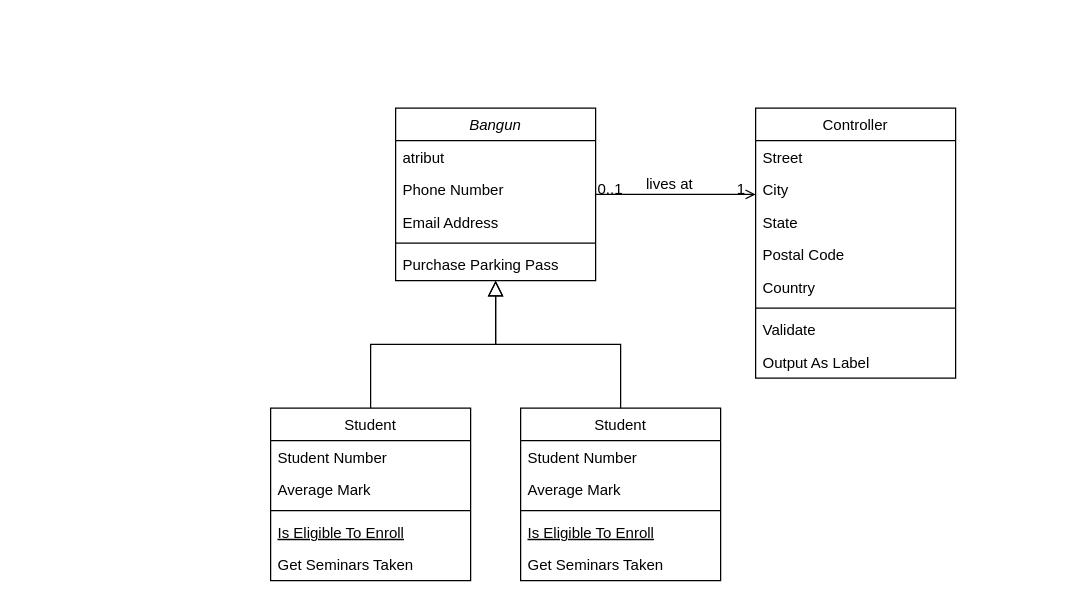
ahmrh/diagrams.net keeps this draw.io diagram as APS_tugas5.drawio. Above is the earlier version. Source tidied: cells renumbered, new cells numbered last; positions are measured from the earlier drawing's top-left corner, leaving out a move shared by most shapes. Both pictures are drawn from the tidied source at 125%, with x=0, y=0 at pixel (270, 108).
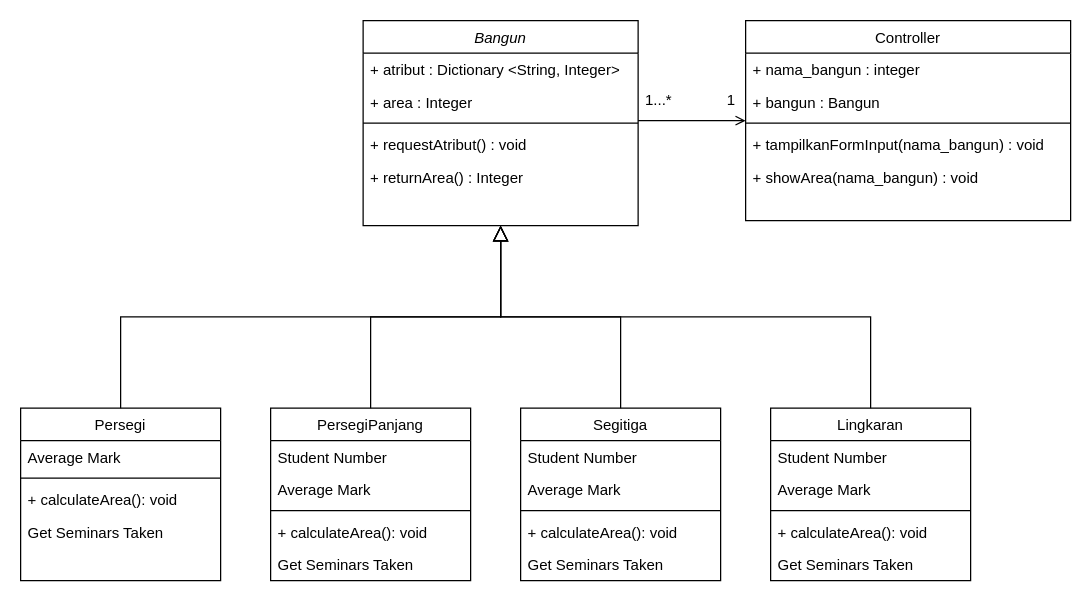
The same diagram, later.

Unchanged cells that the change refers to:
```xml
<mxCell id="24" style="endArrow=open;shadow=0;strokeWidth=1;rounded=0;endFill=1;edgeStyle=elbowEdgeStyle;elbow=vertical;" parent="1" edge="1" source="2" target="15">
  <mxGeometry x="0.5" y="41" relative="1" as="geometry">
    <mxPoint x="-40" y="32" as="offset" />
  </mxGeometry>
</mxCell>
```

The edit, as a diff of the source:
```diff
@@
-    <mxCell id="2" value="Bangun" style="swimlane;fontStyle=2;align=center;verticalAlign=top;horizontal=1;startSize=26;rounded=0;shadow=0;strokeWidth=1;" parent="1" vertex="1">
-      <mxGeometry x="100" width="160" height="138" as="geometry" />
-    </mxCell>
-    <mxCell id="3" value="atribut" style="text;align=left;verticalAlign=top;spacingLeft=4;spacingRight=4;overflow=hidden;" parent="2" vertex="1">
-      <mxGeometry y="26" width="160" height="26" as="geometry" />
-    </mxCell>
-    <mxCell id="4" value="Phone Number" style="text;align=left;verticalAlign=top;spacingLeft=4;spacingRight=4;overflow=hidden;rounded=0;shadow=0;html=0;" parent="2" vertex="1">
-      <mxGeometry y="52" width="160" height="26" as="geometry" />
-    </mxCell>
-    <mxCell id="5" value="Email Address" style="text;align=left;verticalAlign=top;spacingLeft=4;spacingRight=4;overflow=hidden;rounded=0;shadow=0;html=0;" parent="2" vertex="1">
-      <mxGeometry y="78" width="160" height="26" as="geometry" />
-    </mxCell>
-    <mxCell id="6" style="line;html=1;strokeWidth=1;align=left;verticalAlign=middle;spacingTop=-1;spacingLeft=3;spacingRight=3;labelPosition=right;" parent="2" vertex="1">
-      <mxGeometry y="104" width="160" height="8" as="geometry" />
-    </mxCell>
-    <mxCell id="7" value="Purchase Parking Pass" style="text;align=left;verticalAlign=top;spacingLeft=4;spacingRight=4;overflow=hidden;" parent="2" vertex="1">
-      <mxGeometry y="112" width="160" height="26" as="geometry" />
-    </mxCell>
-    <mxCell id="8" value="Student" style="swimlane;fontStyle=0;align=center;verticalAlign=top;horizontal=1;startSize=26;rounded=0;shadow=0;strokeWidth=1;" parent="1" vertex="1">
+    <mxCell id="8" value="PersegiPanjang" style="swimlane;fontStyle=0;align=center;verticalAlign=top;horizontal=1;startSize=26;rounded=0;shadow=0;strokeWidth=1;" parent="1" vertex="1">
       <mxGeometry y="240" width="160" height="138" as="geometry" />
     </mxCell>
@@
-    <mxCell id="12" value="Is Eligible To Enroll" style="text;align=left;verticalAlign=top;spacingLeft=4;spacingRight=4;overflow=hidden;fontStyle=4;" parent="8" vertex="1">
+    <mxCell id="12" value="+ calculateArea(): void" style="text;align=left;verticalAlign=top;spacingLeft=4;spacingRight=4;overflow=hidden;fontStyle=0;" parent="8" vertex="1">
       <mxGeometry y="86" width="160" height="26" as="geometry" />
     </mxCell>
@@
     <mxCell id="15" value="Controller" style="swimlane;fontStyle=0;align=center;verticalAlign=top;horizontal=1;startSize=26;rounded=0;shadow=0;strokeWidth=1;" parent="1" vertex="1">
-      <mxGeometry x="388" width="160" height="216" as="geometry" />
+      <mxGeometry x="380" y="-70" width="260" height="160" as="geometry" />
     </mxCell>
-    <mxCell id="16" value="Street" style="text;align=left;verticalAlign=top;spacingLeft=4;spacingRight=4;overflow=hidden;" parent="15" vertex="1">
-      <mxGeometry y="26" width="160" height="26" as="geometry" />
+    <mxCell id="16" value="+ nama_bangun : integer" style="text;align=left;verticalAlign=top;spacingLeft=4;spacingRight=4;overflow=hidden;" parent="15" vertex="1">
+      <mxGeometry y="26" width="260" height="26" as="geometry" />
     </mxCell>
-    <mxCell id="17" value="City" style="text;align=left;verticalAlign=top;spacingLeft=4;spacingRight=4;overflow=hidden;rounded=0;shadow=0;html=0;" parent="15" vertex="1">
-      <mxGeometry y="52" width="160" height="26" as="geometry" />
+    <mxCell id="17" value="+ bangun : Bangun" style="text;align=left;verticalAlign=top;spacingLeft=4;spacingRight=4;overflow=hidden;rounded=0;shadow=0;html=0;" parent="15" vertex="1">
+      <mxGeometry y="52" width="260" height="26" as="geometry" />
     </mxCell>
-    <mxCell id="18" value="State" style="text;align=left;verticalAlign=top;spacingLeft=4;spacingRight=4;overflow=hidden;rounded=0;shadow=0;html=0;" parent="15" vertex="1">
-      <mxGeometry y="78" width="160" height="26" as="geometry" />
-    </mxCell>
-    <mxCell id="19" value="Postal Code" style="text;align=left;verticalAlign=top;spacingLeft=4;spacingRight=4;overflow=hidden;rounded=0;shadow=0;html=0;" parent="15" vertex="1">
-      <mxGeometry y="104" width="160" height="26" as="geometry" />
-    </mxCell>
-    <mxCell id="20" value="Country" style="text;align=left;verticalAlign=top;spacingLeft=4;spacingRight=4;overflow=hidden;rounded=0;shadow=0;html=0;" parent="15" vertex="1">
-      <mxGeometry y="130" width="160" height="26" as="geometry" />
-    </mxCell>
     <mxCell id="21" style="line;html=1;strokeWidth=1;align=left;verticalAlign=middle;spacingTop=-1;spacingLeft=3;spacingRight=3;labelPosition=right;" parent="15" vertex="1">
-      <mxGeometry y="156" width="160" height="8" as="geometry" />
+      <mxGeometry y="78" width="260" height="8" as="geometry" />
     </mxCell>
-    <mxCell id="22" value="Validate" style="text;align=left;verticalAlign=top;spacingLeft=4;spacingRight=4;overflow=hidden;" parent="15" vertex="1">
-      <mxGeometry y="164" width="160" height="26" as="geometry" />
+    <mxCell id="22" value="+ tampilkanFormInput(nama_bangun) : void" style="text;align=left;verticalAlign=top;spacingLeft=4;spacingRight=4;overflow=hidden;" parent="15" vertex="1">
+      <mxGeometry y="86" width="260" height="26" as="geometry" />
     </mxCell>
-    <mxCell id="23" value="Output As Label" style="text;align=left;verticalAlign=top;spacingLeft=4;spacingRight=4;overflow=hidden;" parent="15" vertex="1">
-      <mxGeometry y="190" width="160" height="26" as="geometry" />
+    <mxCell id="23" value="+ showArea(nama_bangun) : void" style="text;align=left;verticalAlign=top;spacingLeft=4;spacingRight=4;overflow=hidden;" parent="15" vertex="1">
+      <mxGeometry y="112" width="260" height="26" as="geometry" />
     </mxCell>
@@
-    <mxCell id="25" value="0..1" style="align=left;verticalAlign=bottom;labelBackgroundColor=none;fontSize=12;" parent="24" vertex="1">
+    <mxCell id="25" value="1...*" style="align=left;verticalAlign=bottom;labelBackgroundColor=none;fontSize=12;" parent="24" vertex="1">
       <mxGeometry x="-1" relative="1" as="geometry">
-        <mxPoint y="4" as="offset" />
+        <mxPoint x="4" y="-8" as="offset" />
       </mxGeometry>
     </mxCell>
     <mxCell id="26" value="1" style="align=right;verticalAlign=bottom;labelBackgroundColor=none;fontSize=12;" parent="24" vertex="1">
       <mxGeometry x="1" relative="1" as="geometry">
-        <mxPoint x="-7" y="4" as="offset" />
+        <mxPoint x="-7" y="-8" as="offset" />
       </mxGeometry>
     </mxCell>
-    <mxCell id="27" value="lives at" style="text;html=1;align=center;verticalAlign=middle;labelBackgroundColor=none;rounded=0;shadow=0;strokeWidth=1;fontSize=12;" parent="24" vertex="1">
-      <mxGeometry x="0.5" y="49" relative="1" as="geometry">
-        <mxPoint x="-38" y="40" as="offset" />
-      </mxGeometry>
-    </mxCell>
-    <mxCell id="28" value="Student" style="swimlane;fontStyle=0;align=center;verticalAlign=top;horizontal=1;startSize=26;rounded=0;shadow=0;strokeWidth=1;" parent="1" vertex="1">
+    <mxCell id="28" value="Segitiga" style="swimlane;fontStyle=0;align=center;verticalAlign=top;horizontal=1;startSize=26;rounded=0;shadow=0;strokeWidth=1;" parent="1" vertex="1">
       <mxGeometry x="200" y="240" width="160" height="138" as="geometry" />
     </mxCell>
@@
-    <mxCell id="32" value="Is Eligible To Enroll" style="text;align=left;verticalAlign=top;spacingLeft=4;spacingRight=4;overflow=hidden;fontStyle=4;" parent="28" vertex="1">
+    <mxCell id="32" value="+ calculateArea(): void" style="text;align=left;verticalAlign=top;spacingLeft=4;spacingRight=4;overflow=hidden;fontStyle=0;" parent="28" vertex="1">
       <mxGeometry y="86" width="160" height="26" as="geometry" />
     </mxCell>
@@
+    <mxCell id="2" value="Bangun" style="swimlane;fontStyle=2;align=center;verticalAlign=top;horizontal=1;startSize=26;rounded=0;shadow=0;strokeWidth=1;" parent="1" vertex="1">
+      <mxGeometry x="74" y="-70" width="220" height="164" as="geometry" />
+    </mxCell>
+    <mxCell id="35" value="+ atribut : Dictionary &lt;String, Integer&gt;" style="text;align=left;verticalAlign=top;spacingLeft=4;spacingRight=4;overflow=hidden;" parent="2" vertex="1">
+      <mxGeometry y="26" width="220" height="26" as="geometry" />
+    </mxCell>
+    <mxCell id="36" value="+ area : Integer" style="text;align=left;verticalAlign=top;spacingLeft=4;spacingRight=4;overflow=hidden;" parent="2" vertex="1">
+      <mxGeometry y="52" width="220" height="26" as="geometry" />
+    </mxCell>
+    <mxCell id="37" style="line;html=1;strokeWidth=1;align=left;verticalAlign=middle;spacingTop=-1;spacingLeft=3;spacingRight=3;labelPosition=right;" parent="2" vertex="1">
+      <mxGeometry y="78" width="220" height="8" as="geometry" />
+    </mxCell>
+    <mxCell id="38" value="+ requestAtribut() : void" style="text;align=left;verticalAlign=top;spacingLeft=4;spacingRight=4;overflow=hidden;" parent="2" vertex="1">
+      <mxGeometry y="86" width="220" height="26" as="geometry" />
+    </mxCell>
+    <mxCell id="39" value="+ returnArea() : Integer" style="text;align=left;verticalAlign=top;spacingLeft=4;spacingRight=4;overflow=hidden;" parent="2" vertex="1">
+      <mxGeometry y="112" width="220" height="26" as="geometry" />
+    </mxCell>
+    <mxCell id="40" value="Persegi" style="swimlane;fontStyle=0;align=center;verticalAlign=top;horizontal=1;startSize=26;rounded=0;shadow=0;strokeWidth=1;" parent="1" vertex="1">
+      <mxGeometry x="-200" y="240" width="160" height="138" as="geometry" />
+    </mxCell>
+    <mxCell id="41" value="Average Mark" style="text;align=left;verticalAlign=top;spacingLeft=4;spacingRight=4;overflow=hidden;rounded=0;shadow=0;html=0;" parent="40" vertex="1">
+      <mxGeometry y="26" width="160" height="26" as="geometry" />
+    </mxCell>
+    <mxCell id="42" style="line;html=1;strokeWidth=1;align=left;verticalAlign=middle;spacingTop=-1;spacingLeft=3;spacingRight=3;labelPosition=right;" parent="40" vertex="1">
+      <mxGeometry y="52" width="160" height="8" as="geometry" />
+    </mxCell>
+    <mxCell id="43" value="+ calculateArea(): void" style="text;align=left;verticalAlign=top;spacingLeft=4;spacingRight=4;overflow=hidden;fontStyle=0;" parent="40" vertex="1">
+      <mxGeometry y="60" width="160" height="26" as="geometry" />
+    </mxCell>
+    <mxCell id="44" value="Get Seminars Taken" style="text;align=left;verticalAlign=top;spacingLeft=4;spacingRight=4;overflow=hidden;" parent="40" vertex="1">
+      <mxGeometry y="86" width="160" height="26" as="geometry" />
+    </mxCell>
+    <mxCell id="45" value="Lingkaran" style="swimlane;fontStyle=0;align=center;verticalAlign=top;horizontal=1;startSize=26;rounded=0;shadow=0;strokeWidth=1;" parent="1" vertex="1">
+      <mxGeometry x="400" y="240" width="160" height="138" as="geometry" />
+    </mxCell>
+    <mxCell id="46" value="Student Number" style="text;align=left;verticalAlign=top;spacingLeft=4;spacingRight=4;overflow=hidden;" parent="45" vertex="1">
+      <mxGeometry y="26" width="160" height="26" as="geometry" />
+    </mxCell>
+    <mxCell id="47" value="Average Mark" style="text;align=left;verticalAlign=top;spacingLeft=4;spacingRight=4;overflow=hidden;rounded=0;shadow=0;html=0;" parent="45" vertex="1">
+      <mxGeometry y="52" width="160" height="26" as="geometry" />
+    </mxCell>
+    <mxCell id="48" style="line;html=1;strokeWidth=1;align=left;verticalAlign=middle;spacingTop=-1;spacingLeft=3;spacingRight=3;labelPosition=right;" parent="45" vertex="1">
+      <mxGeometry y="78" width="160" height="8" as="geometry" />
+    </mxCell>
+    <mxCell id="49" value="+ calculateArea(): void" style="text;align=left;verticalAlign=top;spacingLeft=4;spacingRight=4;overflow=hidden;fontStyle=0;" parent="45" vertex="1">
+      <mxGeometry y="86" width="160" height="26" as="geometry" />
+    </mxCell>
+    <mxCell id="50" value="Get Seminars Taken" style="text;align=left;verticalAlign=top;spacingLeft=4;spacingRight=4;overflow=hidden;" parent="45" vertex="1">
+      <mxGeometry y="112" width="160" height="26" as="geometry" />
+    </mxCell>
+    <mxCell id="51" style="endArrow=block;endSize=10;endFill=0;shadow=0;strokeWidth=1;rounded=0;edgeStyle=elbowEdgeStyle;elbow=vertical;" parent="1" edge="1" source="40" target="2">
+      <mxGeometry relative="1" as="geometry" />
+    </mxCell>
+    <mxCell id="52" style="endArrow=block;endSize=10;endFill=0;shadow=0;strokeWidth=1;rounded=0;edgeStyle=elbowEdgeStyle;elbow=vertical;" parent="1" edge="1" source="45" target="2">
+      <mxGeometry relative="1" as="geometry" />
+    </mxCell>
```
